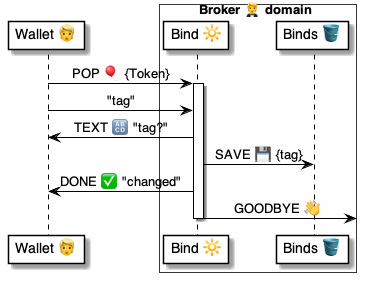
This is 4 ⚙️ Solution/20 🧑‍🦰 UI/Brokers 🤵/🤵🔆 Broker locators/PopBind 🔆/Bind » Tag/🤵 PopBindTag ⚙️ uml.png from pollyweb-org/pollyweb-docs, a PlantUML export, as it was before one commit. Its source is kept beside it as 4 ⚙️ Solution/20 🧑‍🦰 UI/Brokers 🤵/🤵🔆 Broker locators/PopBind 🔆/Bind » Tag/🤵 PopBindTag ⚙️ uml.puml. Its diagram source:
```plantuml
@startuml PopRemoveToken

participant "Wallet 👱" as wallet
box Broker 🤵 domain #FFFFFA
    participant "Bind 🔆" as bind
    participant "Binds 🪣" as binds
end box


wallet -> bind: POP 🎈 {Token}

activate bind
    wallet -> bind: "tag"
    bind -> wallet: TEXT 🔠 "tag?"
    bind -> binds: SAVE 💾 {tag}
    bind -> wallet: DONE ✅ "changed"
    bind -> : GOODBYE 👋
deactivate bind

@enduml
```
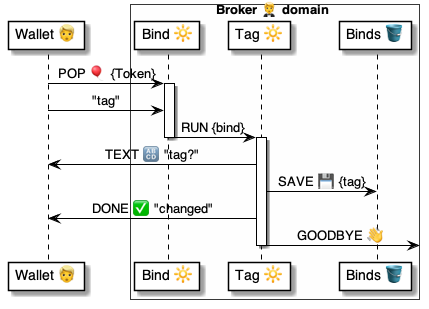
After the change.

Change to the diagram source:
```diff
@@ -1,8 +1,9 @@
-@startuml PopRemoveToken
+@startuml PopBindTag
 
 participant "Wallet 👱" as wallet
 box Broker 🤵 domain #FFFFFA
     participant "Bind 🔆" as bind
+    participant "Tag 🔆" as tag
     participant "Binds 🪣" as binds
 end box
 
@@ -11,10 +12,14 @@
 
 activate bind
     wallet -> bind: "tag"
-    bind -> wallet: TEXT 🔠 "tag?"
-    bind -> binds: SAVE 💾 {tag}
-    bind -> wallet: DONE ✅ "changed"
-    bind -> : GOODBYE 👋
+    bind -> tag: RUN {bind}
 deactivate bind
 
+activate tag
+    tag -> wallet: TEXT 🔠 "tag?"
+    tag -> binds: SAVE 💾 {tag}
+    tag -> wallet: DONE ✅ "changed"
+    tag -> : GOODBYE 👋
+deactivate tag
+
 @enduml
```
